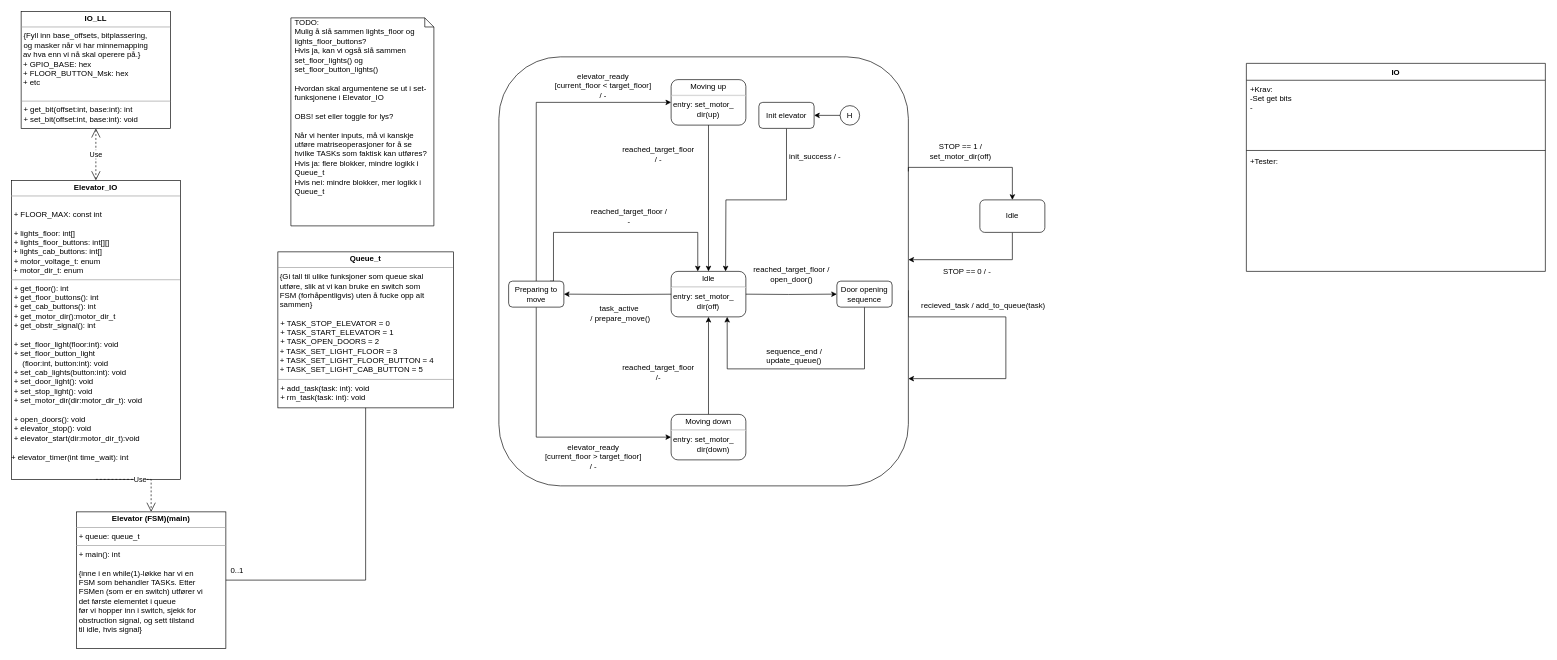
The draw.io diagram UML_Elevator.drawio in chrstrom/monkey_elevator, before the edit. Source tidied: cells renumbered, new cells numbered last; positions are measured from the earlier drawing's top-left corner, leaving out a move shared by most shapes. Both pictures are drawn from the tidied source at 65%, with x=0, y=0 at pixel (11, 11).
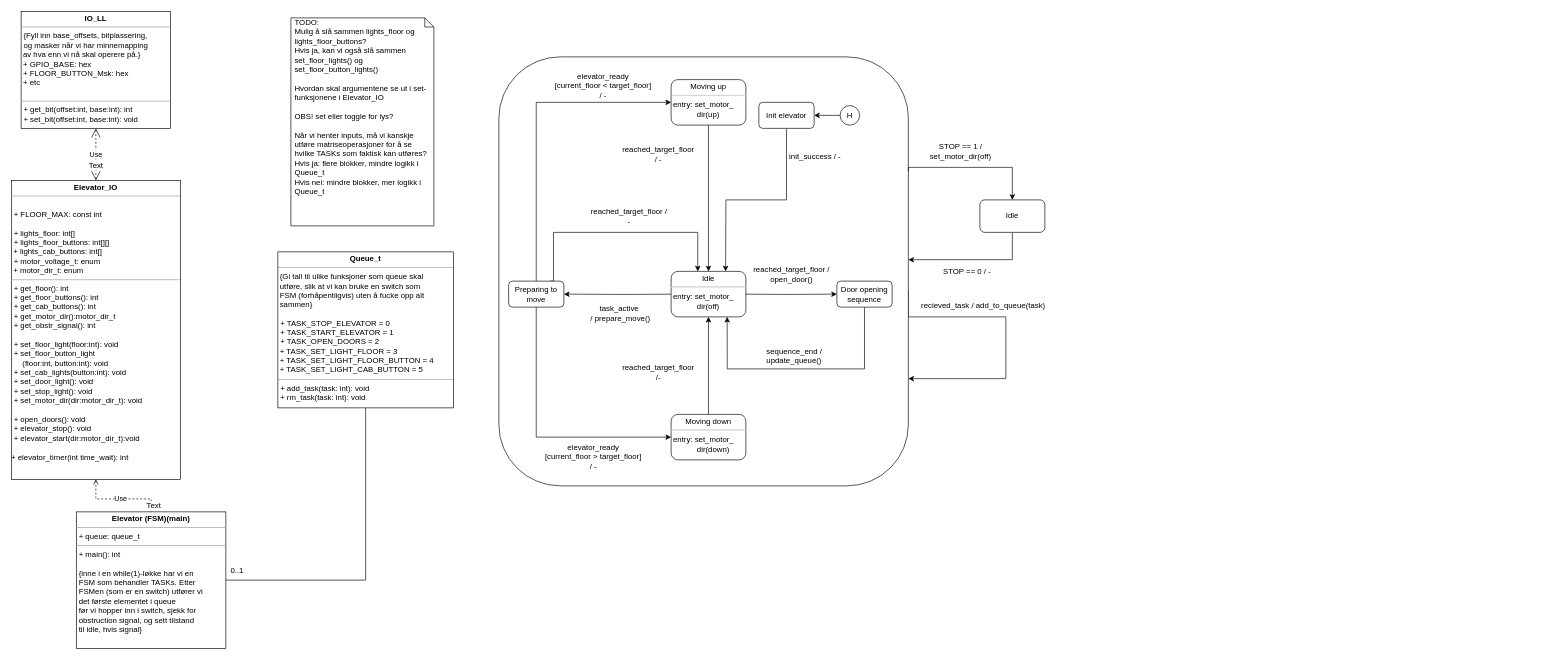
Above is the later version.

The change refers to these unchanged cells:
```xml
<mxCell id="4" value="&lt;p style=&quot;margin: 0px ; margin-top: 4px ; text-align: center&quot;&gt;&lt;b&gt;Elevator_IO&lt;/b&gt;&lt;/p&gt;&lt;hr size=&quot;1&quot;&gt;&lt;br&gt;&lt;p style=&quot;margin: 0px ; margin-left: 4px&quot;&gt;+ FLOOR_MAX: const int&lt;/p&gt;&lt;p style=&quot;margin: 0px ; margin-left: 4px&quot;&gt;&lt;br&gt;&lt;/p&gt;&lt;p style=&quot;margin: 0px ; margin-left: 4px&quot;&gt;+ lights_floor: int[]&lt;/p&gt;&lt;p style=&quot;margin: 0px ; margin-left: 4px&quot;&gt;+ lights_floor_buttons: int[][]&lt;/p&gt;&amp;nbsp;+ lights_cab_buttons: int[]&lt;br&gt;&lt;p style=&quot;margin: 0px ; margin-left: 4px&quot;&gt;+ motor_voltage_t: enum&lt;/p&gt;&amp;nbsp;+ motor_dir_t: enum&lt;hr size=&quot;1&quot;&gt;&lt;p style=&quot;margin: 0px ; margin-left: 4px&quot;&gt;+ get_floor(): int&lt;/p&gt;&lt;p style=&quot;margin: 0px ; margin-left: 4px&quot;&gt;+ get_floor_buttons(): int&lt;/p&gt;&lt;p style=&quot;margin: 0px ; margin-left: 4px&quot;&gt;+ get_cab_buttons(): int&lt;br&gt;&lt;/p&gt;&lt;p style=&quot;margin: 0px ; margin-left: 4px&quot;&gt;+ get_motor_dir():motor_dir_t&lt;/p&gt;&lt;p style=&quot;margin: 0px ; margin-left: 4px&quot;&gt;+ get_obstr_signal(): int&lt;/p&gt;&lt;p style=&quot;margin: 0px ; margin-left: 4px&quot;&gt;&lt;br&gt;&lt;/p&gt;&lt;p style=&quot;margin: 0px ; margin-left: 4px&quot;&gt;+ set_floor_light(floor:int): void&lt;/p&gt;&lt;p style=&quot;margin: 0px ; margin-left: 4px&quot;&gt;+ set_floor_button_light&lt;/p&gt;&lt;p style=&quot;margin: 0px ; margin-left: 4px&quot;&gt;&amp;nbsp;&amp;nbsp;&amp;nbsp; (floor:int, button:int): void&lt;/p&gt;&lt;p style=&quot;margin: 0px ; margin-left: 4px&quot;&gt;+ set_cab_lights(button:int): void&lt;/p&gt;&lt;p style=&quot;margin: 0px ; margin-left: 4px&quot;&gt;+ set_door_light(): void&lt;/p&gt;&lt;p style=&quot;margin: 0px ; margin-left: 4px&quot;&gt;+ set_stop_light(): void&lt;/p&gt;&lt;p style=&quot;margin: 0px ; margin-left: 4px&quot;&gt;+ set_motor_dir(dir:motor_dir_t): void&lt;br&gt;&lt;/p&gt;&lt;p style=&quot;margin: 0px ; margin-left: 4px&quot;&gt;&lt;br&gt;&lt;/p&gt;&lt;p style=&quot;margin: 0px ; margin-left: 4px&quot;&gt;+ open_doors(): void&lt;/p&gt;&lt;p style=&quot;margin: 0px ; margin-left: 4px&quot;&gt;+ elevator_stop(): void&lt;/p&gt;&lt;p style=&quot;margin: 0px ; margin-left: 4px&quot;&gt;+ elevator_start(dir:motor_dir_t):void&lt;/p&gt;&lt;p style=&quot;margin: 0px ; margin-left: 4px&quot;&gt;&lt;br&gt;&lt;/p&gt;+ elevator_timer(int time_wait): int " style="verticalAlign=top;align=left;overflow=fill;fontSize=12;fontFamily=Helvetica;html=1;rounded=0;shadow=0;comic=0;labelBackgroundColor=none;strokeWidth=1;" parent="1" vertex="1">
  <mxGeometry y="260" width="260" height="460" as="geometry" />
</mxCell>
<mxCell id="6" value="&lt;p style=&quot;margin: 0px ; margin-top: 4px ; text-align: center&quot;&gt;&lt;b&gt;Elevator (FSM)(main)&lt;br&gt;&lt;/b&gt;&lt;/p&gt;&lt;hr size=&quot;1&quot;&gt;&lt;p style=&quot;margin: 0px ; margin-left: 4px&quot;&gt;+ queue: queue_t&lt;br&gt;&lt;/p&gt;&lt;hr size=&quot;1&quot;&gt;&lt;p style=&quot;margin: 0px ; margin-left: 4px&quot;&gt;+ main(): int&lt;/p&gt;&lt;p style=&quot;margin: 0px ; margin-left: 4px&quot;&gt;&lt;br&gt;&lt;/p&gt;&lt;p style=&quot;margin: 0px ; margin-left: 4px&quot;&gt;{inne i en while(1)-løkke har vi en&lt;/p&gt;&lt;p style=&quot;margin: 0px ; margin-left: 4px&quot;&gt;FSM som behandler TASKs. Etter&lt;/p&gt;&lt;p style=&quot;margin: 0px ; margin-left: 4px&quot;&gt;FSMen (som er en switch) utfører vi&lt;/p&gt;&lt;p style=&quot;margin: 0px ; margin-left: 4px&quot;&gt;det første elementet i queue&lt;/p&gt;&lt;p style=&quot;margin: 0px ; margin-left: 4px&quot;&gt;før vi hopper inn i switch, sjekk for&lt;/p&gt;&lt;p style=&quot;margin: 0px ; margin-left: 4px&quot;&gt;obstruction signal, og sett tilstand&lt;/p&gt;&lt;p style=&quot;margin: 0px ; margin-left: 4px&quot;&gt;til idle, hvis signal}&lt;br&gt;&lt;/p&gt;&lt;p style=&quot;margin: 0px ; margin-left: 4px&quot;&gt;&lt;br&gt;&lt;/p&gt;&lt;p style=&quot;margin: 0px ; margin-left: 4px&quot;&gt;&lt;br&gt;&lt;/p&gt;" style="verticalAlign=top;align=left;overflow=fill;fontSize=12;fontFamily=Helvetica;html=1;rounded=0;shadow=0;comic=0;labelBackgroundColor=none;strokeWidth=1;" parent="1" vertex="1">
  <mxGeometry x="100" y="770" width="230" height="210" as="geometry" />
</mxCell>
<mxCell id="10" value="Use" style="endArrow=open;endSize=12;dashed=1;html=1;strokeWidth=1;entryX=0.5;entryY=1;entryDx=0;entryDy=0;exitX=0.5;exitY=0;exitDx=0;exitDy=0;startArrow=open;startSize=12;startFill=0;rounded=0;" parent="1" edge="1" source="4" target="5">
  <mxGeometry relative="1" as="geometry" />
</mxCell>
```

Diff of the diagram source:
```diff
@@
-    <mxCell id="8" value="Use" style="endArrow=open;endSize=12;dashed=1;html=1;exitX=0.5;exitY=1;exitDx=0;exitDy=0;entryX=0.5;entryY=0;entryDx=0;entryDy=0;rounded=0;startArrow=none;startFill=0;" parent="1" edge="1" source="4" target="6">
+    <mxCell id="8" value="Use" style="endArrow=open;endSize=12;dashed=1;html=1;exitX=0.5;exitY=1;exitDx=0;exitDy=0;entryX=0.5;entryY=0;entryDx=0;entryDy=0;rounded=0;startArrow=open;startFill=0;" parent="1" edge="1" source="4" target="6">
       <mxGeometry relative="1" as="geometry">
         <Array as="points">
           <mxPoint x="130" y="720" />
-          <mxPoint x="215" y="720" />
+          <mxPoint x="130" y="750" />
+          <mxPoint x="215" y="750" />
         </Array>
       </mxGeometry>
     </mxCell>
+    <mxCell id="51" value="Text" style="text;html=1;align=center;verticalAlign=middle;labelBackgroundColor=#ffffff;" parent="8" vertex="1">
+      <mxGeometry x="0.85" y="3" relative="1" as="geometry" />
+    </mxCell>
@@
+    <mxCell id="52" value="Text" style="text;html=1;align=center;verticalAlign=middle;labelBackgroundColor=#ffffff;" parent="10" vertex="1">
+      <mxGeometry x="-0.4" y="1" relative="1" as="geometry" />
+    </mxCell>
@@
-    <mxCell id="47" value="IO" style="swimlane;fontStyle=1;align=center;verticalAlign=top;horizontal=1;startSize=26;" parent="1" vertex="1">
-      <mxGeometry x="1900" y="80" width="460" height="320" as="geometry" />
-    </mxCell>
-    <mxCell id="48" value="+Krav:&#10;-Set get bits&#10;-&#10;" style="text;strokeColor=none;fillColor=none;align=left;verticalAlign=top;spacingLeft=4;spacingRight=4;overflow=hidden;" parent="47" vertex="1">
-      <mxGeometry y="26" width="460" height="104" as="geometry" />
-    </mxCell>
-    <mxCell id="49" style="line;strokeWidth=1;fillColor=none;align=left;verticalAlign=middle;spacingTop=-1;spacingLeft=3;spacingRight=3;labelPosition=right;" parent="47" vertex="1">
-      <mxGeometry y="130" width="460" height="8" as="geometry" />
-    </mxCell>
-    <mxCell id="50" value="+Tester:&#10;" style="text;strokeColor=none;fillColor=none;align=left;verticalAlign=top;spacingLeft=4;spacingRight=4;overflow=hidden;" parent="47" vertex="1">
-      <mxGeometry y="138" width="460" height="182" as="geometry" />
-    </mxCell>
```
